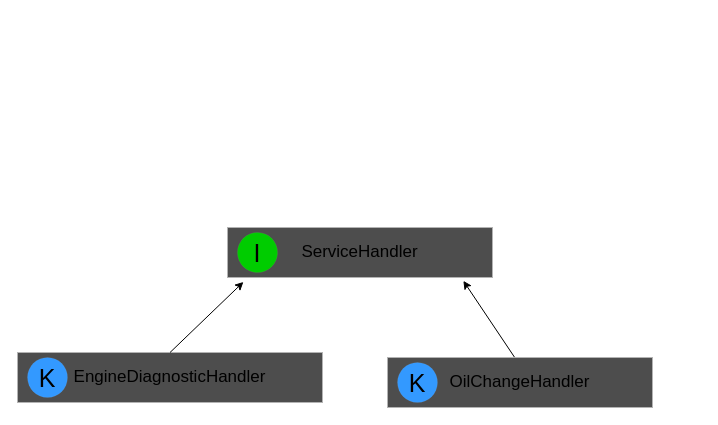
Before: src/main/java/com/splab/patterns/behavioralPatterns/chainOfRespons/chain.drawio in Sava175/SpLab, a draw.io diagram. Source tidied: cells renumbered, new cells numbered last; positions are measured from the earlier drawing's top-left corner, leaving out a move shared by most shapes. Both pictures are drawn from the tidied source at 100%, with x=0, y=0 at pixel (17, 227).
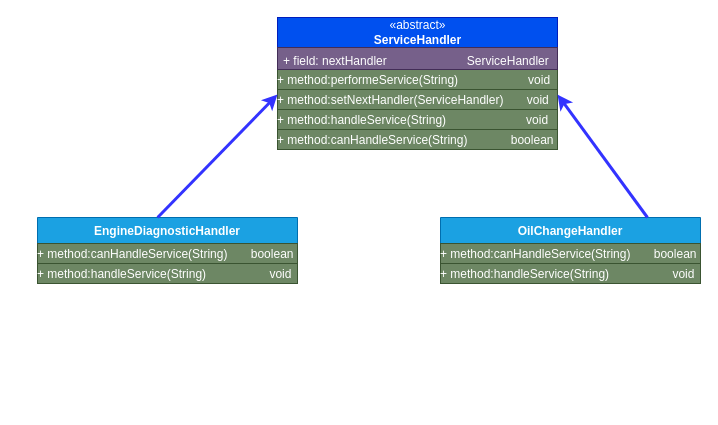
Above is the later version.

The edit, as a diff of the source:
```diff
@@
 <mxGraphModel>
   <root>
     <mxCell id="0" />
     <mxCell id="1" parent="0" />
-    <mxCell id="2" value="&lt;font style=&quot;font-size: 17px;&quot;&gt;ServiceHandler&lt;/font&gt;" style="rounded=0;whiteSpace=wrap;html=1;fillColor=#4D4D4D;align=center;strokeColor=#B3B3B3;" parent="1" vertex="1">
-      <mxGeometry x="210" width="265" height="50" as="geometry" />
-    </mxCell>
-    <mxCell id="3" value="I" style="ellipse;whiteSpace=wrap;html=1;strokeColor=#B3B3B3;strokeWidth=0;fontSize=25;fontColor=#000000;fillColor=#00CC00;" parent="1" vertex="1">
-      <mxGeometry x="220" y="5" width="40" height="40" as="geometry" />
-    </mxCell>
+    <mxCell id="10" value="«abstract»&lt;br&gt;&lt;b&gt;ServiceHandler&lt;/b&gt;" style="html=1;fillColor=#0050ef;fontColor=#ffffff;strokeColor=#001DBC;" parent="1" vertex="1">
+      <mxGeometry x="260" y="-210" width="280" height="30" as="geometry" />
+    </mxCell>
+    <mxCell id="11" value="&lt;p style=&quot;margin: 4px 0px 0px;&quot;&gt;+ method:performeService(String)&amp;nbsp; &amp;nbsp; &amp;nbsp; &amp;nbsp; &amp;nbsp; &amp;nbsp; &amp;nbsp; &amp;nbsp; &amp;nbsp; &amp;nbsp; &amp;nbsp;void&lt;br&gt;&lt;br&gt;&lt;/p&gt;" style="verticalAlign=top;align=left;overflow=fill;fontSize=12;fontFamily=Helvetica;html=1;fillColor=#6d8764;fontColor=#ffffff;strokeColor=#3A5431;" parent="1" vertex="1">
+      <mxGeometry x="260" y="-158" width="280" height="20" as="geometry" />
+    </mxCell>
+    <mxCell id="12" value="+ field: nextHandler                        ServiceHandler" style="text;strokeColor=#432D57;fillColor=#76608a;align=left;verticalAlign=top;spacingLeft=4;spacingRight=4;overflow=hidden;fontColor=#ffffff;" parent="1" vertex="1">
+      <mxGeometry x="260" y="-180" width="280" height="22" as="geometry" />
+    </mxCell>
+    <mxCell id="13" value="&lt;p style=&quot;margin: 4px 0px 0px;&quot;&gt;+ method:setNextHandler(ServiceHandler)&amp;nbsp; &amp;nbsp; &amp;nbsp; &amp;nbsp;void&lt;br&gt;&lt;br&gt;&lt;/p&gt;" style="verticalAlign=top;align=left;overflow=fill;fontSize=12;fontFamily=Helvetica;html=1;fillColor=#6d8764;fontColor=#ffffff;strokeColor=#3A5431;" parent="1" vertex="1">
+      <mxGeometry x="260" y="-138" width="280" height="20" as="geometry" />
+    </mxCell>
+    <mxCell id="14" value="&lt;p style=&quot;margin: 4px 0px 0px;&quot;&gt;+ method:handleService(String)&amp;nbsp; &amp;nbsp; &amp;nbsp; &amp;nbsp; &amp;nbsp; &amp;nbsp; &amp;nbsp; &amp;nbsp; &amp;nbsp; &amp;nbsp; &amp;nbsp; &amp;nbsp; void&lt;br&gt;&lt;br&gt;&lt;/p&gt;" style="verticalAlign=top;align=left;overflow=fill;fontSize=12;fontFamily=Helvetica;html=1;fillColor=#6d8764;fontColor=#ffffff;strokeColor=#3A5431;" parent="1" vertex="1">
+      <mxGeometry x="260" y="-118" width="280" height="20" as="geometry" />
+    </mxCell>
+    <mxCell id="15" value="&lt;p style=&quot;margin: 4px 0px 0px;&quot;&gt;+ method:canHandleService(String)&amp;nbsp; &amp;nbsp; &amp;nbsp; &amp;nbsp; &amp;nbsp; &amp;nbsp; &amp;nbsp;boolean&lt;br&gt;&lt;br&gt;&lt;/p&gt;" style="verticalAlign=top;align=left;overflow=fill;fontSize=12;fontFamily=Helvetica;html=1;fillColor=#6d8764;fontColor=#ffffff;strokeColor=#3A5431;" parent="1" vertex="1">
+      <mxGeometry x="260" y="-98" width="280" height="20" as="geometry" />
+    </mxCell>
-    <mxCell id="4" value="&lt;font style=&quot;font-size: 17px;&quot;&gt;EngineDiagnosticHandler&lt;/font&gt;" style="rounded=0;whiteSpace=wrap;html=1;fillColor=#4D4D4D;align=center;strokeColor=#B3B3B3;" parent="1" vertex="1">
-      <mxGeometry y="125" width="305" height="50" as="geometry" />
+    <mxCell id="4" value="EngineDiagnosticHandler" style="swimlane;fontStyle=1;align=center;verticalAlign=top;horizontal=1;startSize=26;fillColor=#1ba1e2;fontColor=#ffffff;strokeColor=#006EAF;" parent="1" vertex="1">
+      <mxGeometry x="20" y="-10" width="260" height="46" as="geometry" />
     </mxCell>
-    <mxCell id="5" value="K" style="ellipse;whiteSpace=wrap;html=1;strokeColor=#B3B3B3;strokeWidth=0;fontSize=25;fontColor=#000000;fillColor=#3399FF;" parent="1" vertex="1">
-      <mxGeometry x="10" y="130" width="40" height="40" as="geometry" />
-    </mxCell>
+    <mxCell id="16" value="&lt;p style=&quot;margin: 4px 0px 0px;&quot;&gt;+ method:canHandleService(String)&amp;nbsp; &amp;nbsp; &amp;nbsp; &amp;nbsp;boolean&lt;br&gt;&lt;br&gt;&lt;/p&gt;" style="verticalAlign=top;align=left;overflow=fill;fontSize=12;fontFamily=Helvetica;html=1;fillColor=#6d8764;fontColor=#ffffff;strokeColor=#3A5431;" parent="4" vertex="1">
+      <mxGeometry y="26" width="260" height="20" as="geometry" />
+    </mxCell>
-    <mxCell id="6" value="&lt;font style=&quot;font-size: 17px;&quot;&gt;OilChangeHandler&lt;/font&gt;" style="rounded=0;whiteSpace=wrap;html=1;fillColor=#4D4D4D;align=center;strokeColor=#B3B3B3;" parent="1" vertex="1">
-      <mxGeometry x="370" y="130" width="265" height="50" as="geometry" />
+    <mxCell id="6" value="OilChangeHandler" style="swimlane;fontStyle=1;align=center;verticalAlign=top;horizontal=1;startSize=26;fillColor=#1ba1e2;fontColor=#ffffff;strokeColor=#006EAF;" parent="1" vertex="1">
+      <mxGeometry x="423" y="-10" width="260" height="46" as="geometry" />
     </mxCell>
-    <mxCell id="7" value="K" style="ellipse;whiteSpace=wrap;html=1;strokeColor=#B3B3B3;strokeWidth=0;fontSize=25;fontColor=#000000;fillColor=#3399FF;" parent="1" vertex="1">
-      <mxGeometry x="380" y="135" width="40" height="40" as="geometry" />
-    </mxCell>
-    <mxCell id="8" style="endArrow=classic;html=1;rounded=0;fontSize=25;fontColor=#000000;entryX=0.06;entryY=1.089;entryDx=0;entryDy=0;entryPerimeter=0;exitX=0.5;exitY=0;exitDx=0;exitDy=0;" parent="1" edge="1" source="4" target="2">
-      <mxGeometry relative="1" as="geometry" />
-    </mxCell>
-    <mxCell id="9" style="endArrow=classic;html=1;rounded=0;fontSize=25;fontColor=#000000;entryX=0.89;entryY=1.067;entryDx=0;entryDy=0;entryPerimeter=0;exitX=0.479;exitY=-0.008;exitDx=0;exitDy=0;exitPerimeter=0;" parent="1" edge="1" source="6" target="2">
-      <mxGeometry relative="1" as="geometry" />
-    </mxCell>
+    <mxCell id="17" value="&lt;p style=&quot;margin: 4px 0px 0px;&quot;&gt;+ method:canHandleService(String)&amp;nbsp; &amp;nbsp; &amp;nbsp; &amp;nbsp;boolean&lt;br&gt;&lt;br&gt;&lt;/p&gt;" style="verticalAlign=top;align=left;overflow=fill;fontSize=12;fontFamily=Helvetica;html=1;fillColor=#6d8764;fontColor=#ffffff;strokeColor=#3A5431;" parent="6" vertex="1">
+      <mxGeometry y="26" width="260" height="20" as="geometry" />
+    </mxCell>
+    <mxCell id="18" value="&lt;p style=&quot;margin: 4px 0px 0px;&quot;&gt;+ method:handleService(String)&amp;nbsp; &amp;nbsp; &amp;nbsp; &amp;nbsp; &amp;nbsp; &amp;nbsp; &amp;nbsp; &amp;nbsp; &amp;nbsp; &amp;nbsp;void&lt;br&gt;&lt;br&gt;&lt;/p&gt;" style="verticalAlign=top;align=left;overflow=fill;fontSize=12;fontFamily=Helvetica;html=1;fillColor=#6d8764;fontColor=#ffffff;strokeColor=#3A5431;" parent="1" vertex="1">
+      <mxGeometry x="20" y="36" width="260" height="20" as="geometry" />
+    </mxCell>
+    <mxCell id="19" value="&lt;p style=&quot;margin: 4px 0px 0px;&quot;&gt;+ method:handleService(String)&amp;nbsp; &amp;nbsp; &amp;nbsp; &amp;nbsp; &amp;nbsp; &amp;nbsp; &amp;nbsp; &amp;nbsp; &amp;nbsp; &amp;nbsp;void&lt;br&gt;&lt;br&gt;&lt;/p&gt;" style="verticalAlign=top;align=left;overflow=fill;fontSize=12;fontFamily=Helvetica;html=1;fillColor=#6d8764;fontColor=#ffffff;strokeColor=#3A5431;" parent="1" vertex="1">
+      <mxGeometry x="423" y="36" width="260" height="20" as="geometry" />
+    </mxCell>
+    <mxCell id="20" style="endArrow=classic;html=1;rounded=0;exitX=0.462;exitY=0;exitDx=0;exitDy=0;exitPerimeter=0;strokeWidth=3;strokeColor=#3333FF;" parent="1" edge="1" source="4">
+      <mxGeometry relative="1" as="geometry">
+        <mxPoint x="260" y="-133" as="targetPoint" />
+      </mxGeometry>
+    </mxCell>
+    <mxCell id="21" style="endArrow=classic;html=1;rounded=0;entryX=1;entryY=0.25;entryDx=0;entryDy=0;exitX=0.796;exitY=0;exitDx=0;exitDy=0;exitPerimeter=0;strokeWidth=3;strokeColor=#3333FF;" parent="1" edge="1" source="6" target="13">
+      <mxGeometry relative="1" as="geometry" />
+    </mxCell>
   </root>
 </mxGraphModel>
```
